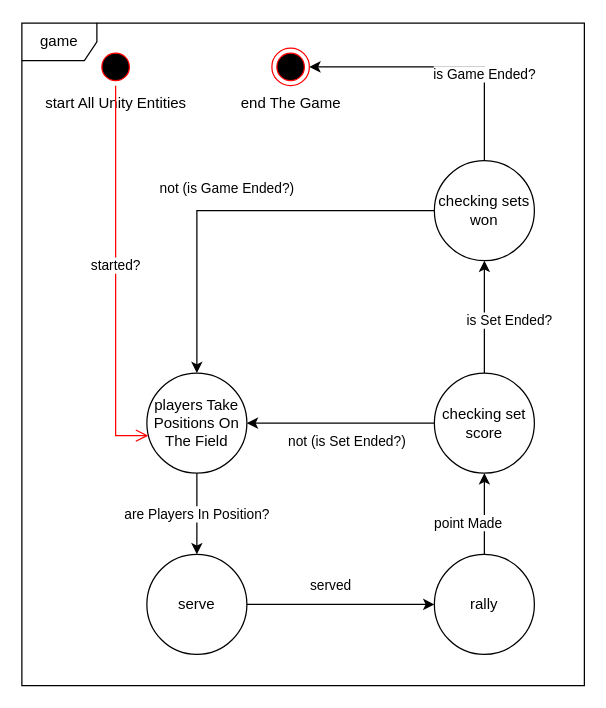
Earlier version of the draw.io diagram Project/Documentation/Diagrams/game.drawio (mikymaione/Folie). Source tidied: cells renumbered, new cells numbered last; positions are measured from the earlier drawing's top-left corner, leaving out a move shared by most shapes. Both pictures are drawn from the tidied source at 125%, with x=0, y=0 at pixel (21, 22).
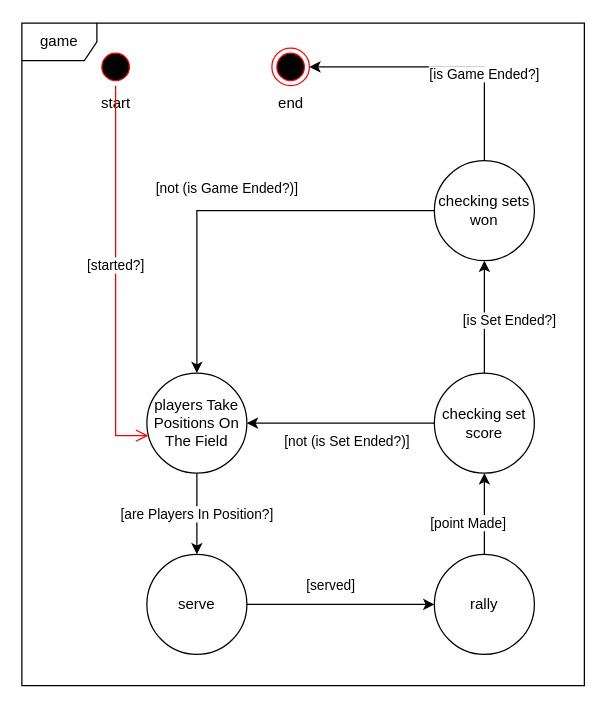
The same diagram, later.

The edit, as a diff of the source:
```diff
@@
 <mxGraphModel>
   <root>
     <mxCell id="0" />
     <mxCell id="1" parent="0" />
     <mxCell id="2" value="game" style="shape=umlFrame;whiteSpace=wrap;html=1;" parent="1" vertex="1">
       <mxGeometry width="450" height="530" as="geometry" />
     </mxCell>
-    <mxCell id="3" value="served" style="edgeStyle=orthogonalEdgeStyle;rounded=0;jettySize=auto;html=1;strokeColor=#000000;" parent="1" edge="1" source="17" target="7">
+    <mxCell id="3" value="[served]" style="edgeStyle=orthogonalEdgeStyle;rounded=0;jettySize=auto;html=1;strokeColor=#000000;" parent="1" edge="1" source="17" target="7">
       <mxGeometry x="-0.11" y="15" relative="1" as="geometry" />
     </mxCell>
-    <mxCell id="4" value="are Players In Position?" style="edgeStyle=orthogonalEdgeStyle;rounded=0;jettySize=auto;html=1;exitX=0.5;exitY=1;exitDx=0;exitDy=0;entryX=0.5;entryY=0;entryDx=0;entryDy=0;strokeColor=#000000;" parent="1" edge="1" source="5" target="17">
+    <mxCell id="4" value="[are Players In Position?]" style="edgeStyle=orthogonalEdgeStyle;rounded=0;jettySize=auto;html=1;exitX=0.5;exitY=1;exitDx=0;exitDy=0;entryX=0.5;entryY=0;entryDx=0;entryDy=0;strokeColor=#000000;" parent="1" edge="1" source="5" target="17">
       <mxGeometry relative="1" as="geometry" />
     </mxCell>
     <mxCell id="5" value="players Take Positions On The Field" style="ellipse;whiteSpace=wrap;html=1;" parent="1" vertex="1">
       <mxGeometry x="100" y="280" width="80" height="80" as="geometry" />
     </mxCell>
-    <mxCell id="6" value="point Made" style="edgeStyle=orthogonalEdgeStyle;rounded=0;jettySize=auto;html=1;strokeColor=#000000;" parent="1" edge="1" source="7" target="13">
+    <mxCell id="6" value="[point Made]" style="edgeStyle=orthogonalEdgeStyle;rounded=0;jettySize=auto;html=1;strokeColor=#000000;" parent="1" edge="1" source="7" target="13">
       <mxGeometry x="-0.22" y="13" relative="1" as="geometry" />
     </mxCell>
     <mxCell id="7" value="rally" style="ellipse;whiteSpace=wrap;html=1;" parent="1" vertex="1">
       <mxGeometry x="330" y="425" width="80" height="80" as="geometry" />
     </mxCell>
-    <mxCell id="8" value="is Game Ended?" style="edgeStyle=orthogonalEdgeStyle;rounded=0;jettySize=auto;html=1;exitX=0.5;exitY=0;exitDx=0;exitDy=0;strokeColor=#000000;entryX=1;entryY=0.5;entryDx=0;entryDy=0;" parent="1" edge="1" source="10" target="14">
+    <mxCell id="8" value="[is Game Ended?]" style="edgeStyle=orthogonalEdgeStyle;rounded=0;jettySize=auto;html=1;exitX=0.5;exitY=0;exitDx=0;exitDy=0;strokeColor=#000000;entryX=1;entryY=0.5;entryDx=0;entryDy=0;" parent="1" edge="1" source="10" target="14">
       <mxGeometry x="-0.36" relative="1" as="geometry" />
     </mxCell>
-    <mxCell id="9" value="not (is Game Ended?)" style="edgeStyle=orthogonalEdgeStyle;rounded=0;jettySize=auto;html=1;strokeColor=#000000;" parent="1" edge="1" source="10" target="5">
+    <mxCell id="9" value="[not (is Game Ended?)]" style="edgeStyle=orthogonalEdgeStyle;rounded=0;jettySize=auto;html=1;strokeColor=#000000;" parent="1" edge="1" source="10" target="5">
       <mxGeometry x="0.04" y="-18" relative="1" as="geometry" />
     </mxCell>
     <mxCell id="10" value="checking sets won" style="ellipse;whiteSpace=wrap;html=1;" parent="1" vertex="1">
       <mxGeometry x="330" y="110" width="80" height="80" as="geometry" />
     </mxCell>
-    <mxCell id="11" value="is Set Ended?" style="edgeStyle=orthogonalEdgeStyle;rounded=0;jettySize=auto;html=1;exitX=0.5;exitY=0;exitDx=0;exitDy=0;strokeColor=#000000;" parent="1" edge="1" source="13" target="10">
+    <mxCell id="11" value="[is Set Ended?]" style="edgeStyle=orthogonalEdgeStyle;rounded=0;jettySize=auto;html=1;exitX=0.5;exitY=0;exitDx=0;exitDy=0;strokeColor=#000000;" parent="1" edge="1" source="13" target="10">
       <mxGeometry x="-0.06" y="-20" relative="1" as="geometry" />
     </mxCell>
-    <mxCell id="12" value="not (is Set Ended?)" style="edgeStyle=orthogonalEdgeStyle;rounded=0;jettySize=auto;html=1;exitX=0;exitY=0.5;exitDx=0;exitDy=0;entryX=1;entryY=0.5;entryDx=0;entryDy=0;strokeColor=#000000;" parent="1" edge="1" source="13" target="5">
+    <mxCell id="12" value="[not (is Set Ended?)]" style="edgeStyle=orthogonalEdgeStyle;rounded=0;jettySize=auto;html=1;exitX=0;exitY=0.5;exitDx=0;exitDy=0;entryX=1;entryY=0.5;entryDx=0;entryDy=0;strokeColor=#000000;" parent="1" edge="1" source="13" target="5">
       <mxGeometry x="-0.07" y="15" relative="1" as="geometry" />
     </mxCell>
     <mxCell id="13" value="checking set score" style="ellipse;whiteSpace=wrap;html=1;" parent="1" vertex="1">
       <mxGeometry x="330" y="280" width="80" height="80" as="geometry" />
     </mxCell>
-    <mxCell id="14" value="&lt;br&gt;&lt;br&gt;&lt;br&gt;&lt;br&gt;end The Game" style="ellipse;html=1;shape=endState;fillColor=#000000;strokeColor=#ff0000;" parent="1" vertex="1">
+    <mxCell id="14" value="&lt;br&gt;&lt;br&gt;&lt;br&gt;&lt;br&gt;end" style="ellipse;html=1;shape=endState;fillColor=#000000;strokeColor=#ff0000;" parent="1" vertex="1">
       <mxGeometry x="200" y="20" width="30" height="30" as="geometry" />
     </mxCell>
-    <mxCell id="15" value="&lt;br&gt;&lt;br&gt;&lt;br&gt;&lt;br&gt;start All Unity Entities" style="ellipse;html=1;shape=startState;fillColor=#000000;strokeColor=#ff0000;" parent="1" vertex="1">
+    <mxCell id="15" value="&lt;br&gt;&lt;br&gt;&lt;br&gt;&lt;br&gt;start" style="ellipse;html=1;shape=startState;fillColor=#000000;strokeColor=#ff0000;" parent="1" vertex="1">
       <mxGeometry x="60" y="20" width="30" height="30" as="geometry" />
     </mxCell>
-    <mxCell id="16" value="started?" style="edgeStyle=orthogonalEdgeStyle;html=1;verticalAlign=bottom;endArrow=open;endSize=8;strokeColor=#ff0000;rounded=0;" parent="1" edge="1" source="15" target="5">
+    <mxCell id="16" value="[started?]" style="edgeStyle=orthogonalEdgeStyle;html=1;verticalAlign=bottom;endArrow=open;endSize=8;strokeColor=#ff0000;rounded=0;" parent="1" edge="1" source="15" target="5">
       <mxGeometry relative="1" as="geometry">
         <Array as="points">
           <mxPoint x="75" y="330" />
         </Array>
       </mxGeometry>
     </mxCell>
     <mxCell id="17" value="serve" style="ellipse;whiteSpace=wrap;html=1;" parent="1" vertex="1">
       <mxGeometry x="100" y="425" width="80" height="80" as="geometry" />
     </mxCell>
   </root>
 </mxGraphModel>
```
